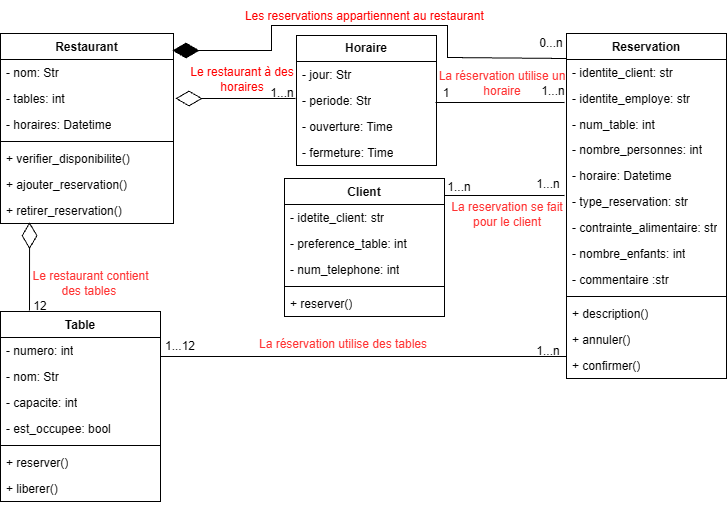
Before: UML/Dev II UML V2.drawio.png, a diagram exported from draw.io (jwillems202415/Projet_Dev_2). Source tidied: cells renumbered, new cells last; positions are measured from the earlier drawing's top-left corner, leaving out a move shared by most shapes.
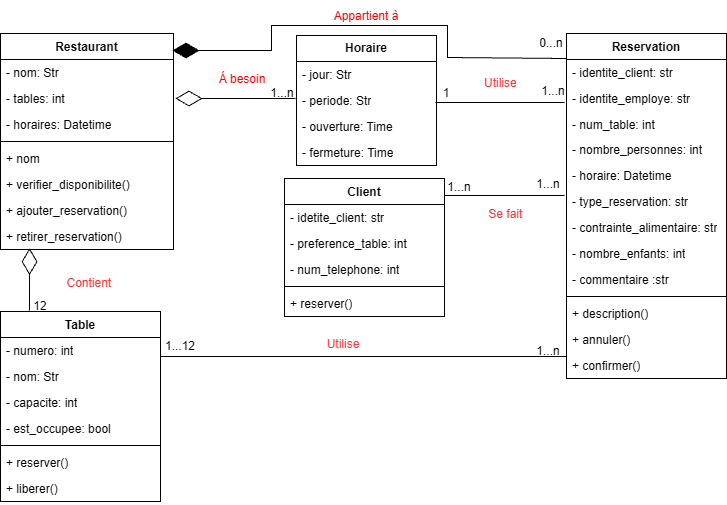
The same file after the commit.

Diff of the diagram source:
```diff
@@ -21,7 +21,7 @@
       <mxGeometry y="112" width="160" height="26" as="geometry" />
     </mxCell>
     <mxCell id="8" value="Restaurant" style="swimlane;fontStyle=1;align=center;verticalAlign=top;horizontal=1;startSize=26;whiteSpace=wrap;html=1;" parent="1" vertex="1">
-      <mxGeometry y="32" width="173" height="190" as="geometry" />
+      <mxGeometry y="32" width="173" height="216" as="geometry" />
     </mxCell>
     <mxCell id="9" value="- nom: Str" style="text;strokeColor=none;fillColor=none;align=left;verticalAlign=top;spacingLeft=4;spacingRight=4;overflow=hidden;whiteSpace=wrap;html=1;" parent="8" vertex="1">
       <mxGeometry y="26" width="173" height="26" as="geometry" />
@@ -35,14 +35,17 @@
     <mxCell id="12" style="line;strokeWidth=1;fillColor=none;align=left;verticalAlign=middle;spacingTop=-1;spacingLeft=3;spacingRight=3;labelPosition=right;strokeColor=inherit;" parent="8" vertex="1">
       <mxGeometry y="104" width="173" height="8" as="geometry" />
     </mxCell>
+    <mxCell id="64" value="+ nom" style="text;strokeColor=none;fillColor=none;align=left;verticalAlign=top;spacingLeft=4;spacingRight=4;overflow=hidden;whiteSpace=wrap;html=1;" parent="8" vertex="1">
+      <mxGeometry y="112" width="173" height="26" as="geometry" />
+    </mxCell>
     <mxCell id="13" value="+ verifier_disponibilite(&lt;span style=&quot;background-color: transparent; color: light-dark(rgb(0, 0, 0), rgb(255, 255, 255));&quot;&gt;)&lt;/span&gt;" style="text;strokeColor=none;fillColor=none;align=left;verticalAlign=top;spacingLeft=4;spacingRight=4;overflow=hidden;whiteSpace=wrap;html=1;" parent="8" vertex="1">
-      <mxGeometry y="112" width="173" height="26" as="geometry" />
+      <mxGeometry y="138" width="173" height="26" as="geometry" />
     </mxCell>
     <mxCell id="14" value="+ ajouter_reservation(&lt;span style=&quot;background-color: transparent; color: light-dark(rgb(0, 0, 0), rgb(255, 255, 255));&quot;&gt;)&lt;/span&gt;" style="text;strokeColor=none;fillColor=none;align=left;verticalAlign=top;spacingLeft=4;spacingRight=4;overflow=hidden;whiteSpace=wrap;html=1;" parent="8" vertex="1">
-      <mxGeometry y="138" width="173" height="26" as="geometry" />
+      <mxGeometry y="164" width="173" height="26" as="geometry" />
     </mxCell>
     <mxCell id="15" value="+ retirer_reservation()" style="text;strokeColor=none;fillColor=none;align=left;verticalAlign=top;spacingLeft=4;spacingRight=4;overflow=hidden;points=[[0,0.5],[1,0.5]];portConstraint=eastwest;whiteSpace=wrap;html=1;" parent="8" vertex="1">
-      <mxGeometry y="164" width="173" height="26" as="geometry" />
+      <mxGeometry y="190" width="173" height="26" as="geometry" />
     </mxCell>
     <mxCell id="16" value="Table" style="swimlane;fontStyle=1;align=center;verticalAlign=top;horizontal=1;startSize=26;whiteSpace=wrap;html=1;" parent="1" vertex="1">
       <mxGeometry y="310" width="160" height="190" as="geometry" />
@@ -143,7 +146,7 @@
     <mxCell id="48" value="1...n" style="text;html=1;whiteSpace=wrap;strokeColor=none;fillColor=none;align=center;verticalAlign=middle;rounded=0;" parent="1" vertex="1">
       <mxGeometry x="518" y="335" width="60" height="30" as="geometry" />
     </mxCell>
-    <mxCell id="49" value="&lt;font style=&quot;color: light-dark(rgb(255, 51, 51), rgb(255, 0, 0));&quot;&gt;La réservation utilise des tables&lt;/font&gt;" style="text;html=1;whiteSpace=wrap;strokeColor=none;fillColor=none;align=center;verticalAlign=middle;rounded=0;" parent="1" vertex="1">
+    <mxCell id="49" value="&lt;div&gt;&lt;span style=&quot;color: light-dark(rgb(255, 51, 51), rgb(255, 0, 0)); background-color: transparent;&quot;&gt;Utilise&lt;/span&gt;&lt;/div&gt;" style="text;html=1;whiteSpace=wrap;strokeColor=none;fillColor=none;align=center;verticalAlign=middle;rounded=0;" parent="1" vertex="1">
       <mxGeometry x="242" y="328" width="202" height="30" as="geometry" />
     </mxCell>
     <mxCell id="50" value="1...n" style="text;html=1;whiteSpace=wrap;strokeColor=none;fillColor=none;align=center;verticalAlign=middle;rounded=0;" parent="1" vertex="1">
@@ -158,13 +161,13 @@
     <mxCell id="53" value="1" style="text;html=1;whiteSpace=wrap;strokeColor=none;fillColor=none;align=center;verticalAlign=middle;rounded=0;" parent="1" vertex="1">
       <mxGeometry x="416" y="77" width="60" height="30" as="geometry" />
     </mxCell>
-    <mxCell id="54" value="&lt;font style=&quot;color: light-dark(rgb(255, 0, 0), rgb(255, 0, 0));&quot;&gt;Les reservations appartiennent au restaurant&amp;nbsp;&lt;/font&gt;" style="text;html=1;whiteSpace=wrap;align=center;verticalAlign=middle;rounded=0;" parent="1" vertex="1">
+    <mxCell id="54" value="&lt;font style=&quot;color: light-dark(rgb(255, 0, 0), rgb(255, 0, 0));&quot;&gt;A&lt;/font&gt;&lt;span style=&quot;color: light-dark(rgb(255, 0, 0), rgb(255, 0, 0)); background-color: transparent;&quot;&gt;ppartient à&lt;/span&gt;" style="text;html=1;whiteSpace=wrap;align=center;verticalAlign=middle;rounded=0;" parent="1" vertex="1">
       <mxGeometry x="239.2" width="253.5" height="30" as="geometry" />
     </mxCell>
-    <mxCell id="55" value="&lt;font style=&quot;color: light-dark(rgb(255, 0, 0), rgb(255, 0, 0));&quot;&gt;Le restaurant à des horaires&lt;/font&gt;" style="text;html=1;whiteSpace=wrap;strokeColor=none;fillColor=none;align=center;verticalAlign=middle;rounded=0;" parent="1" vertex="1">
+    <mxCell id="55" value="&lt;font style=&quot;color: light-dark(rgb(255, 0, 0), rgb(255, 0, 0));&quot;&gt;Á besoin&lt;/font&gt;" style="text;html=1;whiteSpace=wrap;strokeColor=none;fillColor=none;align=center;verticalAlign=middle;rounded=0;" parent="1" vertex="1">
       <mxGeometry x="179" y="63" width="126" height="30" as="geometry" />
     </mxCell>
-    <mxCell id="56" value="&lt;font style=&quot;color: light-dark(rgb(255, 51, 51), rgb(255, 0, 0));&quot;&gt;Le restaurant contient des tables&amp;nbsp;&lt;/font&gt;" style="text;html=1;whiteSpace=wrap;strokeColor=none;fillColor=none;align=center;verticalAlign=middle;rounded=0;" parent="1" vertex="1">
+    <mxCell id="56" value="&lt;font style=&quot;color: light-dark(rgb(255, 51, 51), rgb(255, 0, 0));&quot;&gt;Contient&amp;nbsp;&lt;/font&gt;" style="text;html=1;whiteSpace=wrap;strokeColor=none;fillColor=none;align=center;verticalAlign=middle;rounded=0;" parent="1" vertex="1">
       <mxGeometry x="27" y="262" width="127" height="39" as="geometry" />
     </mxCell>
     <mxCell id="57" value="12" style="text;html=1;whiteSpace=wrap;strokeColor=none;fillColor=none;align=center;verticalAlign=middle;rounded=0;" parent="1" vertex="1">
@@ -190,10 +193,10 @@
     <mxCell id="60" value="1...n" style="text;html=1;whiteSpace=wrap;strokeColor=none;fillColor=none;align=center;verticalAlign=middle;rounded=0;" parent="1" vertex="1">
       <mxGeometry x="212" y="77" width="140" height="30" as="geometry" />
     </mxCell>
-    <mxCell id="61" value="&lt;font style=&quot;color: light-dark(rgb(255, 51, 51), rgb(255, 0, 0));&quot;&gt;La reservation se fait pour le client&lt;/font&gt;" style="text;html=1;whiteSpace=wrap;strokeColor=none;fillColor=none;align=center;verticalAlign=middle;rounded=0;" parent="1" vertex="1">
+    <mxCell id="61" value="&lt;font style=&quot;color: light-dark(rgb(255, 51, 51), rgb(255, 0, 0));&quot;&gt;S&lt;/font&gt;&lt;span style=&quot;color: light-dark(rgb(255, 51, 51), rgb(255, 0, 0)); background-color: transparent;&quot;&gt;e fait&amp;nbsp;&lt;/span&gt;" style="text;html=1;whiteSpace=wrap;strokeColor=none;fillColor=none;align=center;verticalAlign=middle;rounded=0;" parent="1" vertex="1">
       <mxGeometry x="448" y="198" width="118" height="30" as="geometry" />
     </mxCell>
-    <mxCell id="62" value="&lt;font style=&quot;color: light-dark(rgb(255, 51, 51), rgb(255, 0, 0));&quot;&gt;La réservation utilise un horaire&lt;/font&gt;" style="text;html=1;whiteSpace=wrap;strokeColor=none;fillColor=none;align=center;verticalAlign=middle;rounded=0;" parent="1" vertex="1">
+    <mxCell id="62" value="&lt;font style=&quot;color: light-dark(rgb(255, 51, 51), rgb(255, 0, 0));&quot;&gt;Utilise&amp;nbsp;&lt;/font&gt;" style="text;html=1;whiteSpace=wrap;strokeColor=none;fillColor=none;align=center;verticalAlign=middle;rounded=0;" parent="1" vertex="1">
       <mxGeometry x="432" y="67" width="140" height="30" as="geometry" />
     </mxCell>
     <mxCell id="63" style="endArrow=diamondThin;endFill=0;endSize=24;html=1;rounded=0;entryX=0.168;entryY=0.949;entryDx=0;entryDy=0;entryPerimeter=0;" parent="1" edge="1" target="15">
```
